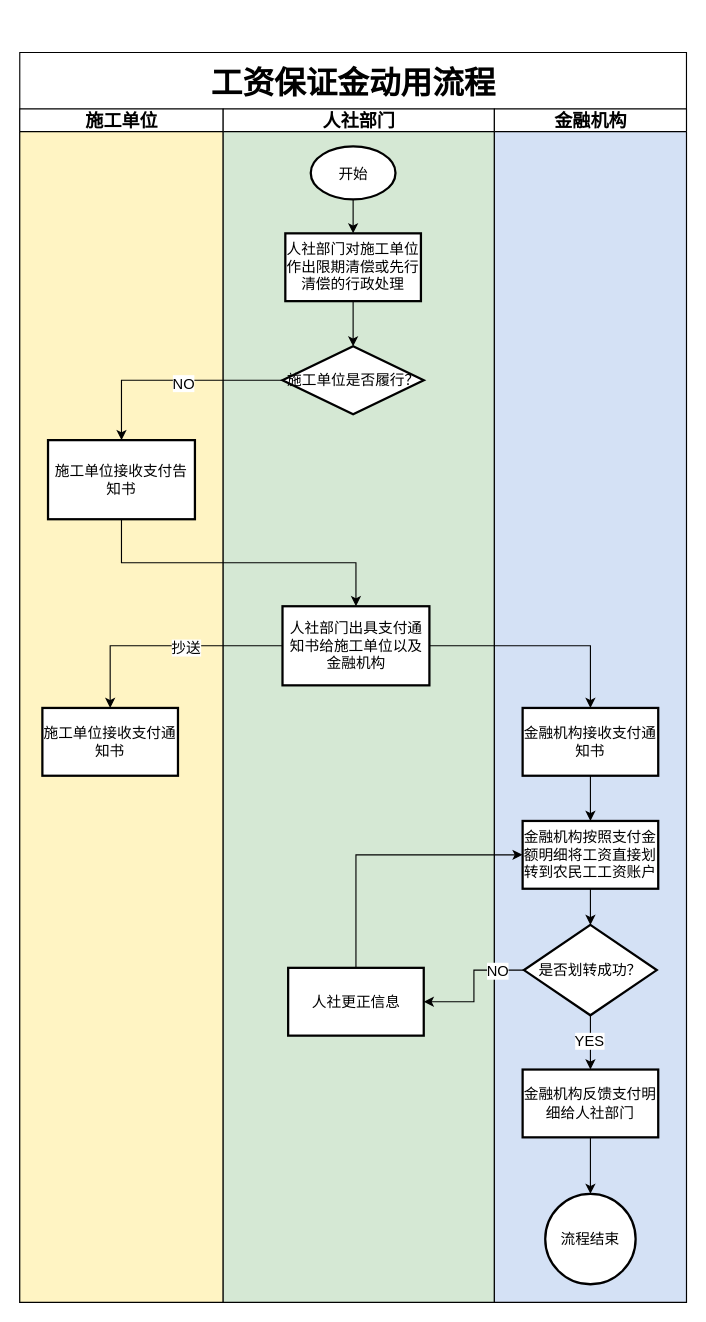
coderjbin/drawio keeps this draw.io diagram as page "工资保证金动用流程" (3 of 4) of 农民工工资详细设计流程图.drawio. Above is the earlier version. Source tidied: cells renumbered, new cells numbered last; positions are measured from the earlier drawing's top-left corner, leaving out a move shared by most shapes. Both pictures are drawn from the tidied source at 113%, with x=0, y=0 at pixel (19, 52).
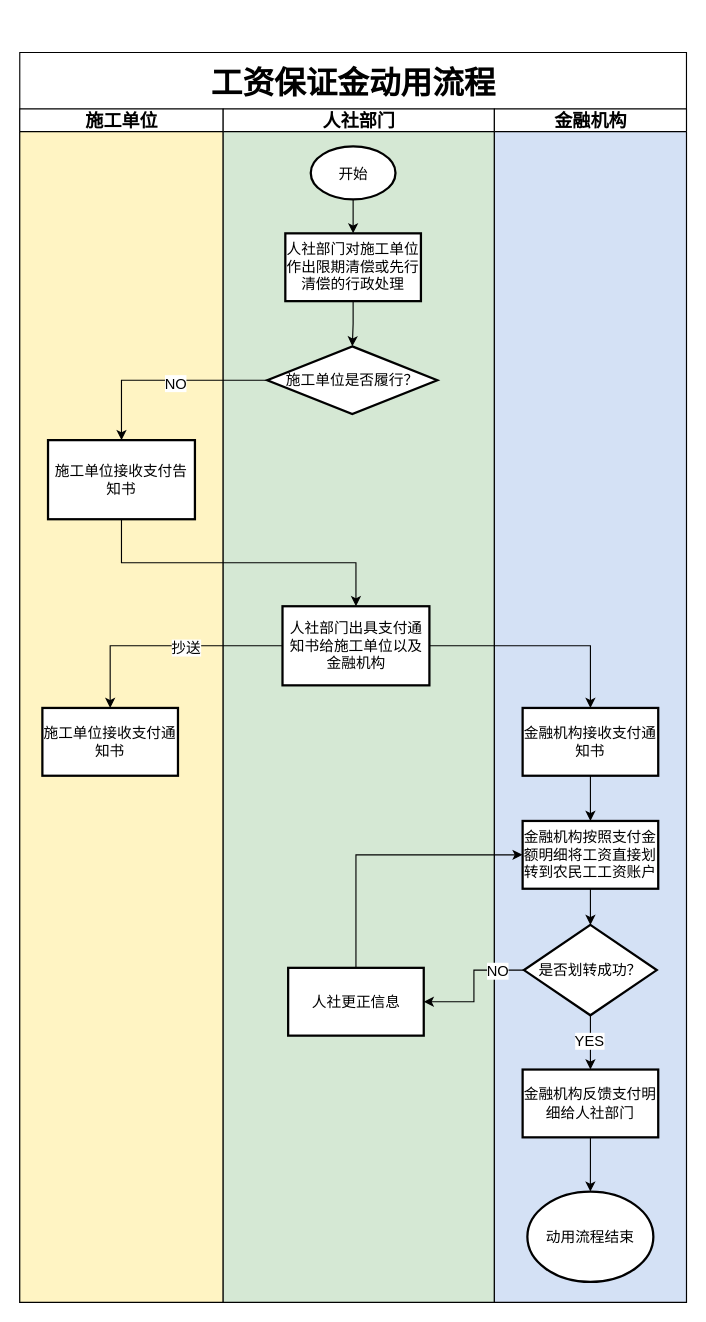
The same page after the edit.

The change refers to these unchanged cells:
```xml
<mxCell id="6" value="人社部门" style="swimlane;startSize=20;html=1;fontSize=16;fontFamily=Helvetica;gradientColor=none;swimlaneFillColor=#D5E8D4;" parent="2" vertex="1">
  <mxGeometry x="180" y="50" width="240" height="1056" as="geometry" />
</mxCell>
<mxCell id="16" value="金融机构" style="swimlane;startSize=20;html=1;fontSize=16;fontFamily=Helvetica;gradientColor=none;swimlaneFillColor=#D4E1F5;" parent="2" vertex="1">
  <mxGeometry x="420" y="50" width="170" height="1056" as="geometry" />
</mxCell>
```

Diff of the diagram source:
```diff
@@
     <mxCell id="12" value="施工单位是否履行？" style="rhombus;whiteSpace=wrap;html=1;strokeWidth=2;fontSize=13;fontFamily=Helvetica;" parent="6" vertex="1">
-      <mxGeometry x="52.5" y="210" width="125" height="60" as="geometry" />
+      <mxGeometry x="39" y="210" width="150.5" height="60" as="geometry" />
     </mxCell>
@@
-    <mxCell id="26" value="流程结束" style="ellipse;whiteSpace=wrap;html=1;strokeWidth=2;fontSize=13;fontFamily=Helvetica;" parent="16" vertex="1">
-      <mxGeometry x="45" y="960" width="80" height="80" as="geometry" />
+    <mxCell id="26" value="动用流程结束" style="ellipse;whiteSpace=wrap;html=1;strokeWidth=2;fontSize=13;fontFamily=Helvetica;" parent="16" vertex="1">
+      <mxGeometry x="29.2" y="958" width="111.5" height="80" as="geometry" />
     </mxCell>
```
